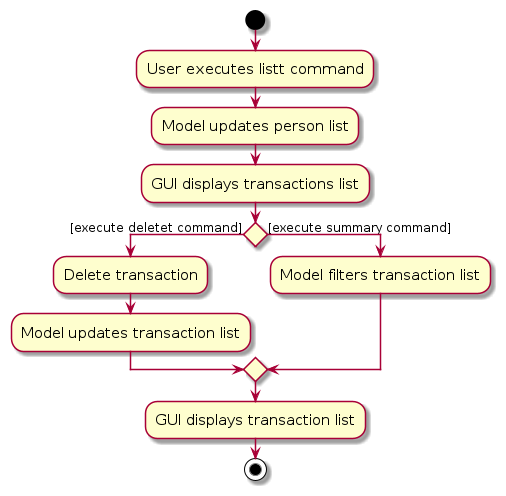
The PlantUML diagram diagrams/ListTransactionsActivityDiagram.png in reginateh/tp, before a commit. Its source is kept beside it as diagrams/ListTransactionsActivityDiagram.puml. Source of this version:
```plantuml
@startuml
skin rose
skinparam ActivityFontSize 15
skinparam ArrowFontSize 12
start
:User executes listt command;
:Model updates person list;
:GUI displays transactions list;


if () then ([execute deletet command])
    :Delete transaction;
    :Model updates transaction list;
else([execute summary command])
    :Model filters transaction list;
endif

:GUI displays transaction list;
stop
@enduml
```
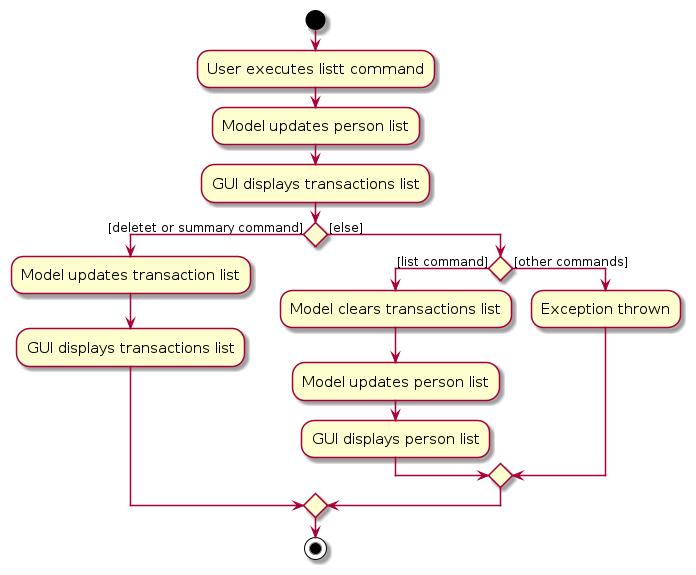
After the commit.

The edit, as a diff of the source:
```diff
@@ -8,13 +8,18 @@
 :GUI displays transactions list;
 
 
-if () then ([execute deletet command])
-    :Delete transaction;
+if () then ([deletet or summary command])
     :Model updates transaction list;
-else([execute summary command])
-    :Model filters transaction list;
+    :GUI displays transactions list;
+else ([else])
+    if () then ([list command])
+        :Model clears transactions list;
+        :Model updates person list;
+        :GUI displays person list;
+    else ([other commands])
+        :Exception thrown;
+    endif
 endif
 
-:GUI displays transaction list;
 stop
 @enduml
```
